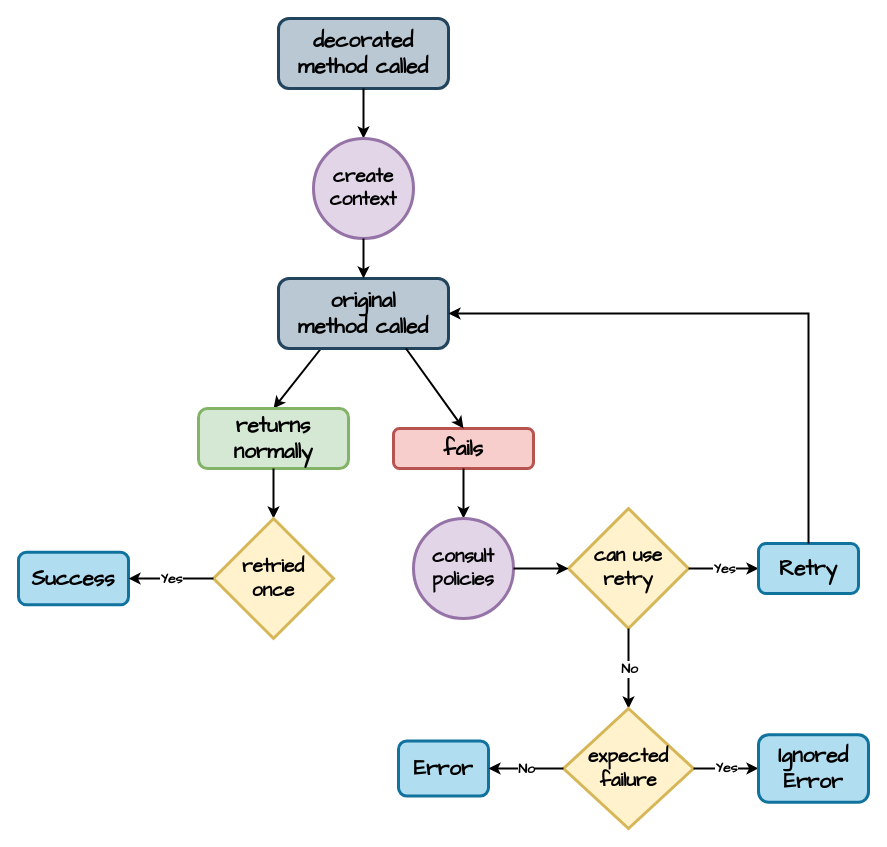
Before: page "retry-states" (2 of 6) of docs/drawio/kresil-diagrams.drawio in kresil/project-documentation, a draw.io diagram. Source tidied: cells renumbered, new cells numbered last; positions are measured from the earlier drawing's top-left corner, leaving out a move shared by most shapes. Both pictures are drawn from the tidied source at 100%, with x=0, y=0 at pixel (18, 18).
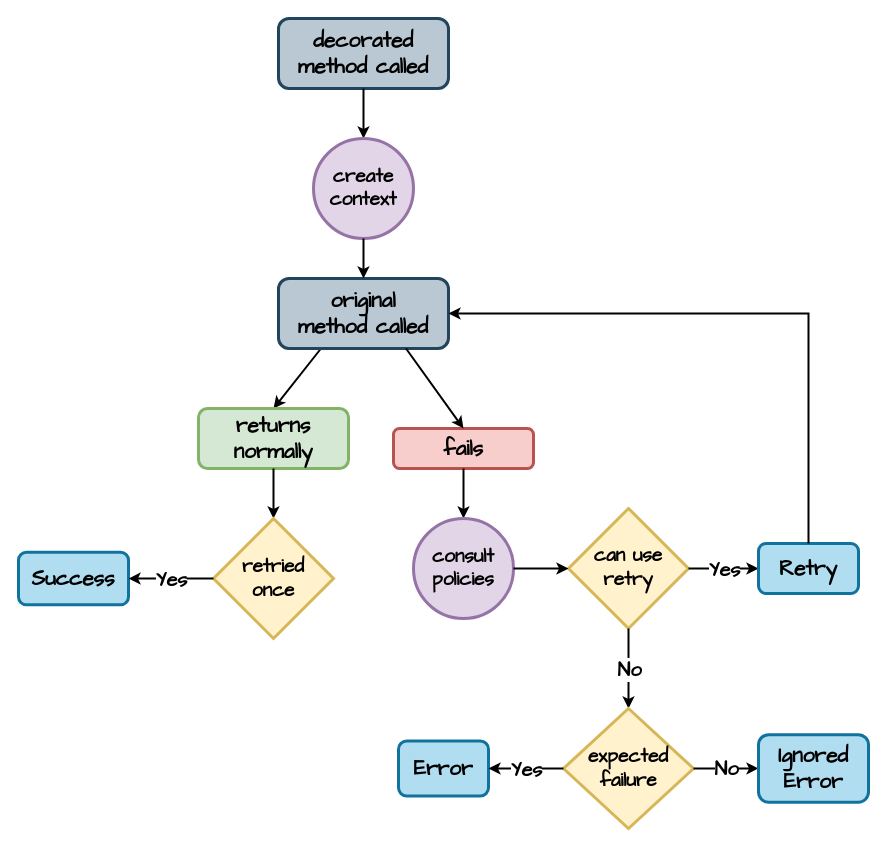
After the change.

Unchanged cells that the change refers to:
```xml
<mxCell id="14" style="endArrow=classic;html=1;rounded=0;exitX=0;exitY=0.5;exitDx=0;exitDy=0;strokeWidth=2;entryX=1;entryY=0.5;entryDx=0;entryDy=0;" parent="1" edge="1" source="10" target="11">
  <mxGeometry relative="1" as="geometry" />
</mxCell>
<mxCell id="16" style="endArrow=classic;html=1;rounded=0;exitX=1;exitY=0.5;exitDx=0;exitDy=0;strokeWidth=2;entryX=0;entryY=0.5;entryDx=0;entryDy=0;" parent="1" edge="1" source="12" target="18">
  <mxGeometry relative="1" as="geometry" />
</mxCell>
<mxCell id="24" style="endArrow=classic;html=1;rounded=0;exitX=0.5;exitY=1;exitDx=0;exitDy=0;strokeWidth=2;entryX=0.5;entryY=0;entryDx=0;entryDy=0;" parent="1" edge="1" source="12" target="27">
  <mxGeometry relative="1" as="geometry" />
</mxCell>
<mxCell id="28" style="endArrow=classic;html=1;rounded=0;exitX=0;exitY=0.5;exitDx=0;exitDy=0;strokeWidth=2;entryX=1;entryY=0.5;entryDx=0;entryDy=0;" parent="1" edge="1" source="27" target="2">
  <mxGeometry relative="1" as="geometry" />
</mxCell>
<mxCell id="30" style="endArrow=classic;html=1;rounded=0;exitX=1;exitY=0.5;exitDx=0;exitDy=0;strokeWidth=2;entryX=0;entryY=0.5;entryDx=0;entryDy=0;" parent="1" edge="1" source="27" target="32">
  <mxGeometry relative="1" as="geometry" />
</mxCell>
```

Change to the diagram source:
```diff
@@
-    <mxCell id="15" value="&lt;b&gt;Yes&lt;/b&gt;" style="edgeLabel;html=1;align=center;verticalAlign=middle;fontFamily=Comic Sans MS;fontSize=14;" parent="14" vertex="1">
+    <mxCell id="15" value="&lt;b&gt;&lt;font style=&quot;font-size: 20px;&quot;&gt;Yes&lt;/font&gt;&lt;/b&gt;" style="edgeLabel;html=1;align=center;verticalAlign=middle;fontFamily=Comic Sans MS;fontSize=14;" parent="14" vertex="1">
       <mxGeometry relative="1" as="geometry" />
     </mxCell>
@@
-    <mxCell id="17" value="&lt;b&gt;Yes&lt;/b&gt;" style="edgeLabel;html=1;align=center;verticalAlign=middle;fontFamily=Comic Sans MS;fontSize=14;" parent="16" vertex="1">
+    <mxCell id="17" value="&lt;b&gt;&lt;font style=&quot;font-size: 20px;&quot;&gt;Yes&lt;/font&gt;&lt;/b&gt;" style="edgeLabel;html=1;align=center;verticalAlign=middle;fontFamily=Comic Sans MS;fontSize=14;" parent="16" vertex="1">
       <mxGeometry relative="1" as="geometry" />
     </mxCell>
@@
-    <mxCell id="25" value="&lt;b&gt;No&lt;/b&gt;" style="edgeLabel;html=1;align=center;verticalAlign=middle;fontFamily=Comic Sans MS;fontSize=14;" parent="24" vertex="1">
+    <mxCell id="25" value="&lt;b&gt;&lt;font style=&quot;font-size: 20px;&quot;&gt;No&lt;/font&gt;&lt;/b&gt;" style="edgeLabel;html=1;align=center;verticalAlign=middle;fontFamily=Comic Sans MS;fontSize=14;" parent="24" vertex="1">
       <mxGeometry relative="1" as="geometry" />
     </mxCell>
@@
-    <mxCell id="29" value="&lt;b&gt;No&lt;/b&gt;" style="edgeLabel;html=1;align=center;verticalAlign=middle;fontFamily=Comic Sans MS;fontSize=14;" parent="28" vertex="1">
+    <mxCell id="29" value="&lt;b style=&quot;font-size: 20px;&quot;&gt;Yes&lt;/b&gt;" style="edgeLabel;html=1;align=center;verticalAlign=middle;fontFamily=Comic Sans MS;fontSize=14;" parent="28" vertex="1">
       <mxGeometry relative="1" as="geometry" />
     </mxCell>
@@
-    <mxCell id="31" value="&lt;b&gt;Yes&lt;/b&gt;" style="edgeLabel;html=1;align=center;verticalAlign=middle;fontFamily=Comic Sans MS;fontSize=14;" parent="30" vertex="1">
+    <mxCell id="31" value="&lt;b&gt;&lt;font style=&quot;font-size: 20px;&quot;&gt;No&lt;/font&gt;&lt;/b&gt;" style="edgeLabel;html=1;align=center;verticalAlign=middle;fontFamily=Comic Sans MS;fontSize=14;" parent="30" vertex="1">
       <mxGeometry relative="1" as="geometry" />
     </mxCell>
```
